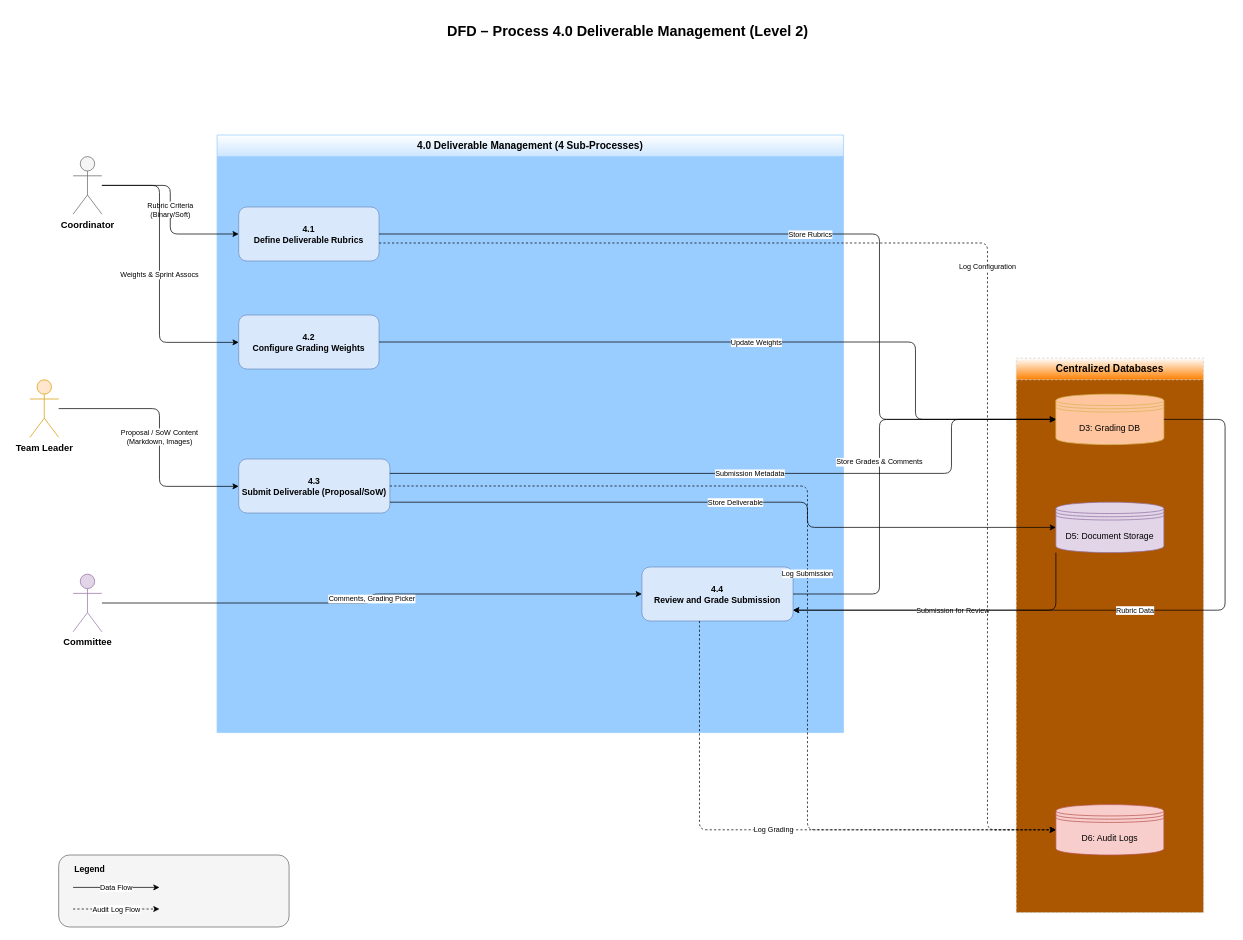
SE3318-Spring-2025-2026/senior-app-1 keeps this draw.io diagram as docs/dfd_deliverable_management.drawio. Above is the earlier version. Source tidied: cells renumbered, new cells numbered last; positions are measured from the earlier drawing's top-left corner, leaving out a move shared by most shapes. Both pictures are drawn from the tidied source at 72%, with x=0, y=0 at pixel (30, 12).
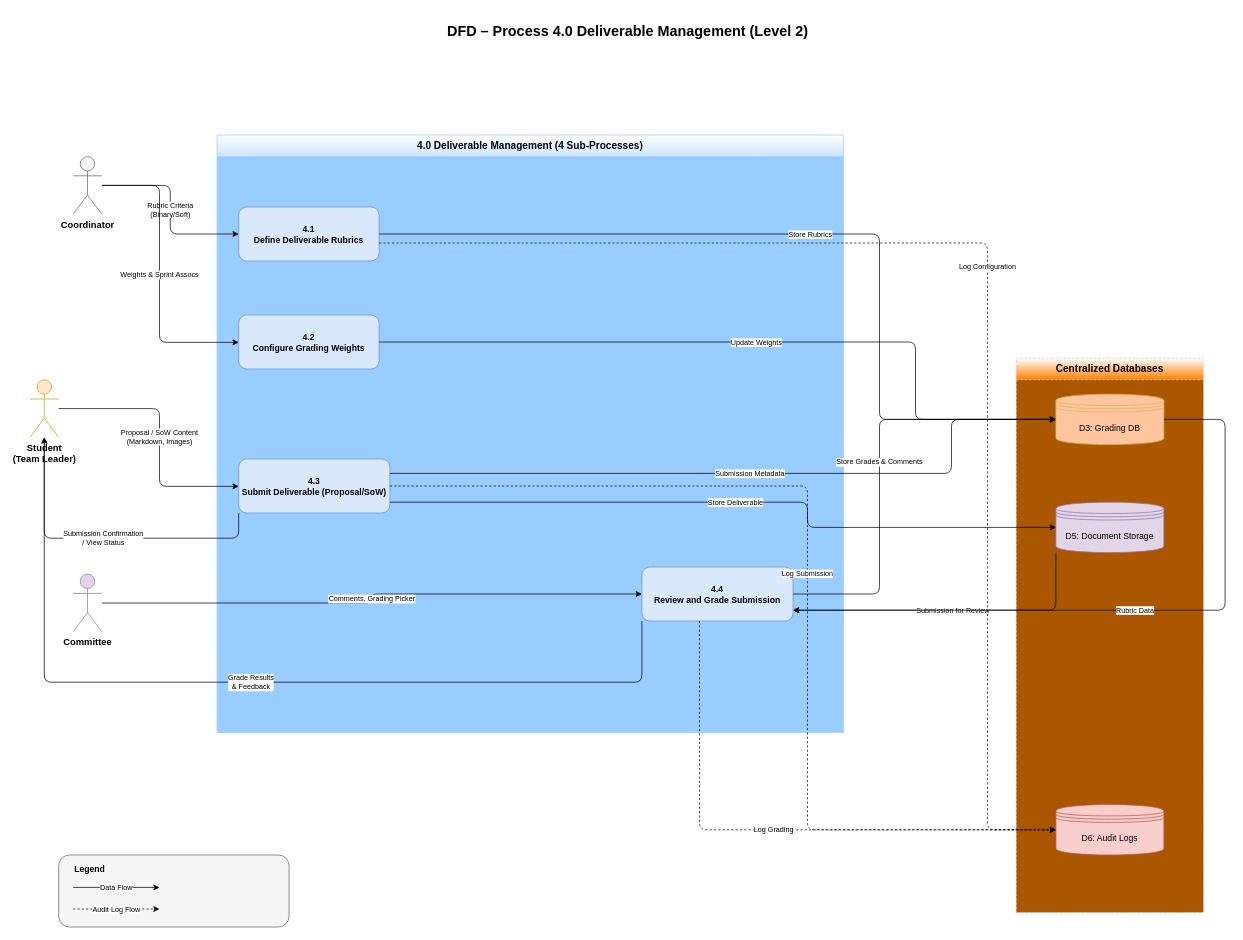
After the change.

Commit message (it also covers changes not shown here):
feat: enhance submission process with sprint number and improve UI for submissions

The change refers to these unchanged cells:
```xml
<mxCell id="13" value="4.3&#10;Submit Deliverable (Proposal/SoW)" style="rounded=1;whiteSpace=wrap;html=1;fillColor=#dae8fc;strokeColor=#6c8ebf;fontSize=12;fontStyle=1;" parent="10" vertex="1">
  <mxGeometry x="30" y="450" width="210" height="75" as="geometry" />
</mxCell>
<mxCell id="14" value="4.4&#10;Review and Grade Submission" style="rounded=1;whiteSpace=wrap;html=1;fillColor=#dae8fc;strokeColor=#6c8ebf;fontSize=12;fontStyle=1;" parent="10" vertex="1">
  <mxGeometry x="590" y="600" width="210" height="75" as="geometry" />
</mxCell>
```

Change to the diagram source:
```diff
@@
-    <mxCell id="8" value="Team Leader" style="shape=umlActor;verticalLabelPosition=bottom;verticalAlign=top;html=1;outlineConnect=0;fillColor=#ffe6cc;strokeColor=#d79b00;fontSize=13;fontStyle=1;" parent="1" vertex="1">
+    <mxCell id="8" value="Student&#10;(Team Leader)" style="shape=umlActor;verticalLabelPosition=bottom;verticalAlign=top;html=1;outlineConnect=0;fillColor=#ffe6cc;strokeColor=#d79b00;fontSize=13;fontStyle=1;" parent="1" vertex="1">
       <mxGeometry y="510" width="40" height="80" as="geometry" />
     </mxCell>
@@
+    <mxCell id="33" value="Submission Confirmation&#10;/ View Status" style="edgeStyle=orthogonalEdgeStyle;rounded=1;html=1;fontSize=10;" parent="1" edge="1" source="13" target="8">
+      <mxGeometry relative="1" as="geometry">
+        <Array as="points">
+          <mxPoint x="290" y="730" />
+          <mxPoint x="20" y="730" />
+        </Array>
+      </mxGeometry>
+    </mxCell>
+    <mxCell id="34" value="Grade Results&#10;&amp; Feedback" style="edgeStyle=orthogonalEdgeStyle;rounded=1;html=1;fontSize=10;" parent="1" edge="1" source="14" target="8">
+      <mxGeometry relative="1" as="geometry">
+        <Array as="points">
+          <mxPoint x="850" y="930" />
+          <mxPoint x="20" y="930" />
+          <mxPoint x="20" y="610" />
+        </Array>
+      </mxGeometry>
+    </mxCell>
```
